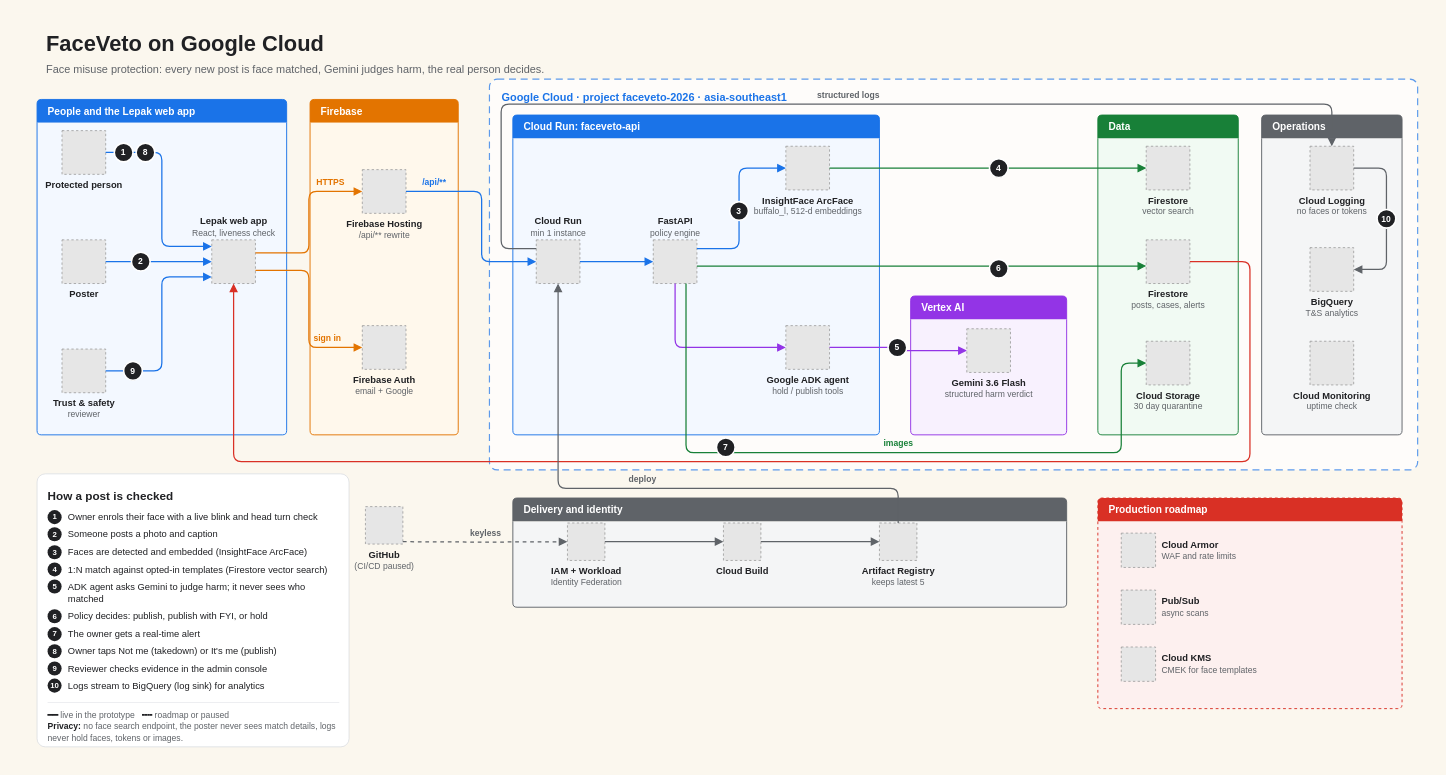
Before: docs/architecture.drawio in jianlin070/FaceVeto, a draw.io diagram. Source tidied: cells renumbered, new cells numbered last; positions are measured from the earlier drawing's top-left corner, leaving out a move shared by most shapes. Both pictures are drawn from the tidied source at 78%, with x=0, y=0 at pixel (13, 13). Pictures stored in the file or linked from it are replaced by grey dashed boxes.
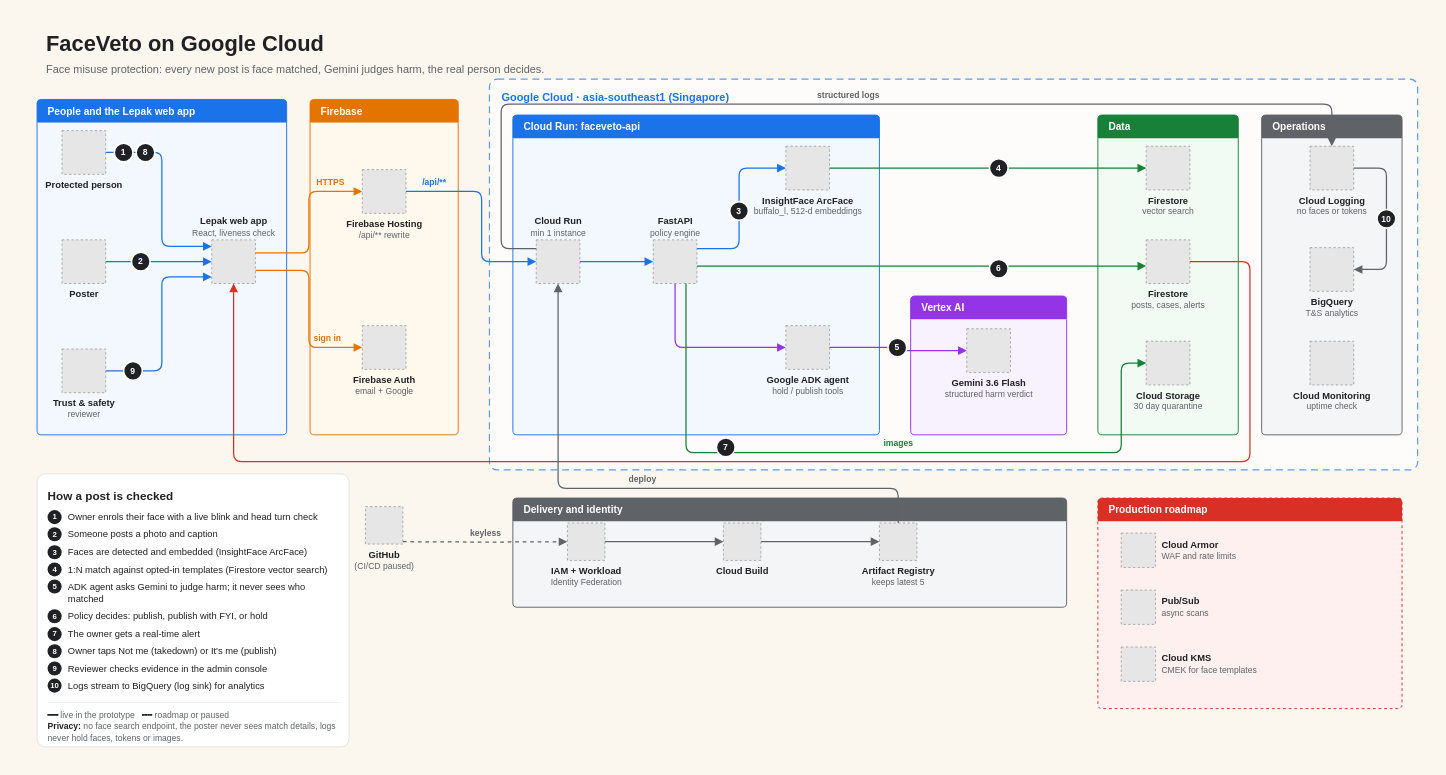
Above is the later version.

Commit message (it also covers changes not shown here):
Architecture diagram: label the region as asia-southeast1 (Singapore)

Change to the diagram source:
```diff
@@
-    <mxCell id="13" value="Google Cloud  ·  project faceveto-2026  ·  asia-southeast1" style="rounded=1;arcSize=2;html=1;fillColor=#ffffff;opacity=70;strokeColor=#1a73e8;strokeWidth=1.5;dashed=1;dashPattern=6 4;verticalAlign=top;align=left;spacingLeft=14;spacingTop=8;fontStyle=1;fontSize=14;fontColor=#1a73e8;textOpacity=100;fontFamily=Helvetica;" parent="1" vertex="1">
+    <mxCell id="13" value="Google Cloud  ·  asia-southeast1 (Singapore)" style="rounded=1;arcSize=2;html=1;fillColor=#ffffff;opacity=70;strokeColor=#1a73e8;strokeWidth=1.5;dashed=1;dashPattern=6 4;verticalAlign=top;align=left;spacingLeft=14;spacingTop=8;fontStyle=1;fontSize=14;fontColor=#1a73e8;textOpacity=100;fontFamily=Helvetica;" parent="1" vertex="1">
       <mxGeometry x="610" y="84" width="1190" height="501" as="geometry" />
     </mxCell>
```
